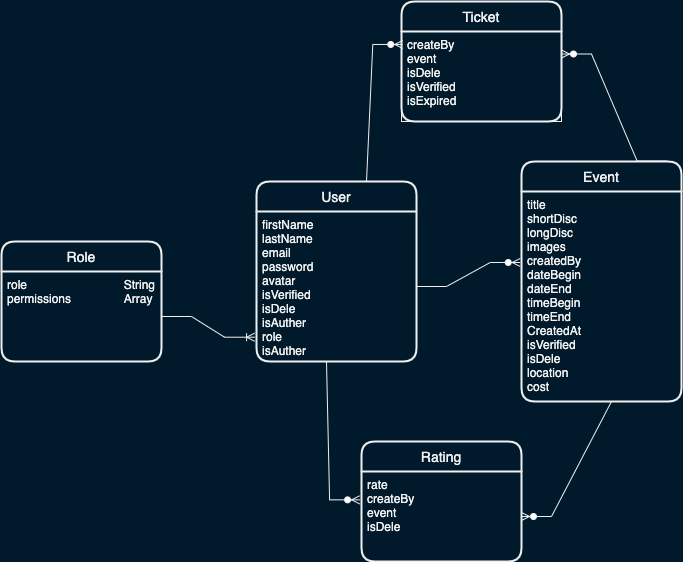
MP-Project-Suha/server-side keeps this draw.io diagram as images/ERD.png. Above is the earlier version. Source tidied: cells renumbered, new cells last; positions are measured from the earlier drawing's top-left corner, leaving out a move shared by most shapes.
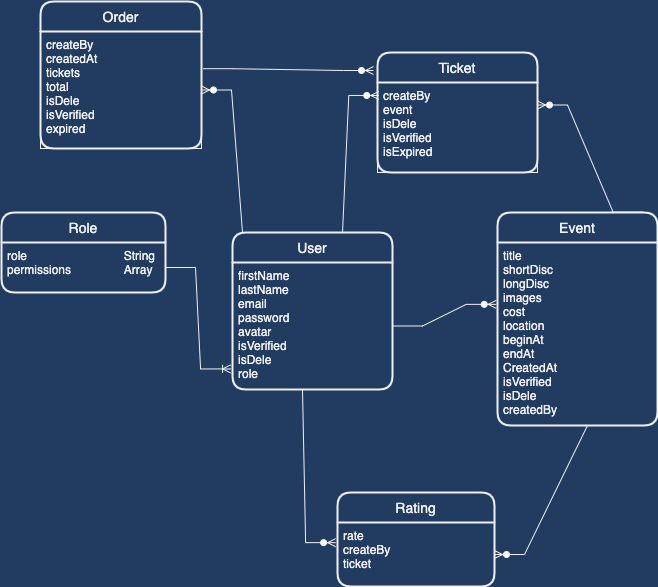
The same file after the commit.

Diff of the diagram source:
```diff
@@ -1,24 +1,24 @@
-<mxGraphModel background="#001A2B">
+<mxGraphModel background="#223B61">
   <root>
     <mxCell id="0" />
     <mxCell id="1" parent="0" />
     <mxCell id="2" value="Role" style="swimlane;horizontal=1;startSize=30;rounded=1;fontSize=14;fontStyle=0;strokeWidth=2;shadow=0;dashed=0;align=center;swimlaneFillColor=none;fillColor=none;" parent="1" vertex="1">
-      <mxGeometry y="240" width="160" height="120" as="geometry" />
+      <mxGeometry x="24" y="160" width="164" height="80" as="geometry" />
     </mxCell>
     <mxCell id="3" value="role                             String&#10;permissions                Array " style="align=left;strokeColor=none;fillColor=none;spacingLeft=4;fontSize=12;verticalAlign=top;" parent="2" vertex="1">
-      <mxGeometry y="30" width="160" height="90" as="geometry" />
+      <mxGeometry y="30" width="164" height="50" as="geometry" />
     </mxCell>
     <mxCell id="4" value="User" style="swimlane;horizontal=1;startSize=30;rounded=1;fontSize=14;fontStyle=0;strokeWidth=2;shadow=0;dashed=0;align=center;swimlaneFillColor=none;fillColor=none;" parent="1" vertex="1">
-      <mxGeometry x="255" y="180" width="160" height="180" as="geometry" />
+      <mxGeometry x="255" y="180" width="160" height="157" as="geometry" />
     </mxCell>
-    <mxCell id="5" value="firstName            &#10;lastName             &#10;email                       &#10;password             &#10;avatar                   &#10;isVerified                 &#10;isDele                   &#10;isAuther                &#10;role                         &#10;isAuther&#10;&#10;" style="align=left;strokeColor=none;fillColor=none;spacingLeft=4;fontSize=12;verticalAlign=top;" parent="4" vertex="1">
-      <mxGeometry y="30" width="160" height="150" as="geometry" />
+    <mxCell id="5" value="firstName            &#10;lastName             &#10;email                       &#10;password             &#10;avatar                   &#10;isVerified                 &#10;isDele                                 &#10;role                         &#10;" style="align=left;strokeColor=none;fillColor=none;spacingLeft=4;fontSize=12;verticalAlign=top;" parent="4" vertex="1">
+      <mxGeometry y="30" width="160" height="127" as="geometry" />
     </mxCell>
     <mxCell id="6" value="Event" style="swimlane;horizontal=1;startSize=30;rounded=1;fontSize=14;fontStyle=0;strokeWidth=2;shadow=0;dashed=0;align=center;swimlaneFillColor=none;fillColor=none;" parent="1" vertex="1">
-      <mxGeometry x="520" y="160" width="160" height="240" as="geometry" />
+      <mxGeometry x="520" y="160" width="160" height="213" as="geometry" />
     </mxCell>
-    <mxCell id="7" value="title&#10;shortDisc&#10;longDisc&#10;images&#10;createdBy&#10;dateBegin&#10;dateEnd&#10;timeBegin&#10;timeEnd&#10;CreatedAt&#10;isVerified&#10;isDele&#10;location&#10;cost" style="align=left;strokeColor=none;fillColor=none;spacingLeft=4;fontSize=12;verticalAlign=top;" parent="6" vertex="1">
-      <mxGeometry y="30" width="160" height="210" as="geometry" />
+    <mxCell id="7" value="title&#10;shortDisc&#10;longDisc&#10;images&#10;cost&#10;location&#10;beginAt&#10;endAt&#10;CreatedAt&#10;isVerified&#10;isDele&#10;createdBy" style="align=left;strokeColor=none;fillColor=none;spacingLeft=4;fontSize=12;verticalAlign=top;" parent="6" vertex="1">
+      <mxGeometry y="30" width="160" height="183" as="geometry" />
     </mxCell>
     <mxCell id="8" value="Ticket" style="swimlane;horizontal=1;startSize=30;rounded=1;fontSize=14;fontStyle=0;strokeWidth=2;shadow=0;dashed=0;align=center;swimlaneFillColor=none;fillColor=none;" parent="1" vertex="1">
       <mxGeometry x="400" width="160" height="120" as="geometry" />
@@ -39,10 +39,10 @@
       <mxGeometry relative="1" as="geometry" />
     </mxCell>
     <mxCell id="14" value="Rating" style="swimlane;horizontal=1;startSize=30;rounded=1;fontSize=14;fontStyle=0;strokeWidth=2;shadow=0;dashed=0;align=center;swimlaneFillColor=none;fillColor=none;" parent="1" vertex="1">
-      <mxGeometry x="360" y="440" width="160" height="120" as="geometry" />
+      <mxGeometry x="360" y="440" width="157" height="94" as="geometry" />
     </mxCell>
-    <mxCell id="15" value="rate&#10;createBy&#10;event&#10;isDele&#10;" style="align=left;strokeColor=none;fillColor=none;spacingLeft=4;fontSize=12;verticalAlign=top;" parent="14" vertex="1">
-      <mxGeometry y="30" width="160" height="90" as="geometry" />
+    <mxCell id="15" value="rate&#10;createBy&#10;ticket" style="align=left;strokeColor=none;fillColor=none;spacingLeft=4;fontSize=12;verticalAlign=top;" parent="14" vertex="1">
+      <mxGeometry y="30" width="157" height="64" as="geometry" />
     </mxCell>
     <mxCell id="16" style="edgeStyle=entityRelationEdgeStyle;fontSize=12;html=1;endArrow=ERzeroToMany;endFill=1;rounded=0;exitX=0.25;exitY=1;exitDx=0;exitDy=0;entryX=-0.012;entryY=0.315;entryDx=0;entryDy=0;entryPerimeter=0;" parent="1" edge="1" source="5" target="15">
       <mxGeometry relative="1" as="geometry" />
@@ -50,5 +50,17 @@
     <mxCell id="17" style="edgeStyle=entityRelationEdgeStyle;fontSize=12;html=1;endArrow=ERzeroToMany;endFill=1;rounded=0;exitX=0.75;exitY=1;exitDx=0;exitDy=0;" parent="1" edge="1" source="7" target="15">
       <mxGeometry relative="1" as="geometry" />
     </mxCell>
+    <mxCell id="18" value="Order" style="swimlane;horizontal=1;startSize=30;rounded=1;fontSize=14;fontStyle=0;strokeWidth=2;shadow=0;dashed=0;align=center;swimlaneFillColor=none;fillColor=none;" parent="1" vertex="1">
+      <mxGeometry x="63" y="-51" width="161" height="147" as="geometry" />
+    </mxCell>
+    <mxCell id="19" value="createBy&#10;createdAt&#10;tickets&#10;total&#10;isDele&#10;isVerified&#10;expired&#10;" style="align=left;spacingLeft=4;fontSize=12;verticalAlign=top;fillColor=none;" parent="18" vertex="1">
+      <mxGeometry y="30" width="161" height="117" as="geometry" />
+    </mxCell>
+    <mxCell id="20" style="edgeStyle=entityRelationEdgeStyle;fontSize=12;html=1;endArrow=ERzeroToMany;endFill=1;rounded=0;exitX=1.011;exitY=0.318;exitDx=0;exitDy=0;entryX=-0.025;entryY=0.15;entryDx=0;entryDy=0;entryPerimeter=0;exitPerimeter=0;" parent="1" edge="1" source="19" target="8">
+      <mxGeometry relative="1" as="geometry" />
+    </mxCell>
+    <mxCell id="21" style="edgeStyle=entityRelationEdgeStyle;fontSize=12;html=1;endArrow=ERzeroToMany;endFill=1;rounded=0;exitX=0.25;exitY=0;exitDx=0;exitDy=0;" parent="1" edge="1" source="4" target="19">
+      <mxGeometry relative="1" as="geometry" />
+    </mxCell>
   </root>
 </mxGraphModel>
```
